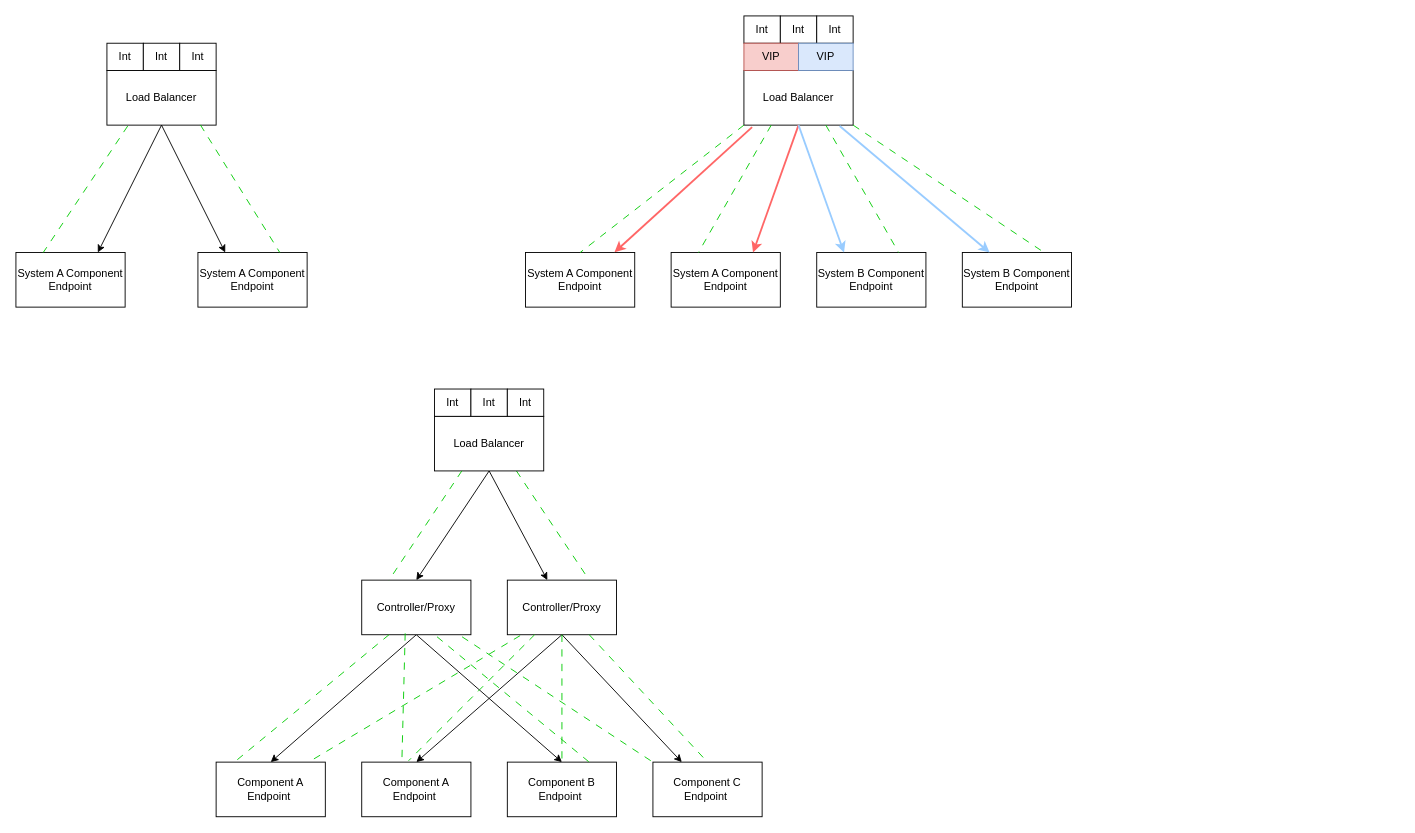
Above: page "LTM - Level 0" (14 of 15) of disaster-recovery.drawio in bpayt2/temp (draw.io), before the change. Source tidied: cells renumbered, new cells numbered last; positions are measured from the earlier drawing's top-left corner, leaving out a move shared by most shapes. Both pictures are drawn from the tidied source at 91%, with x=0, y=0 at pixel (15, 15).
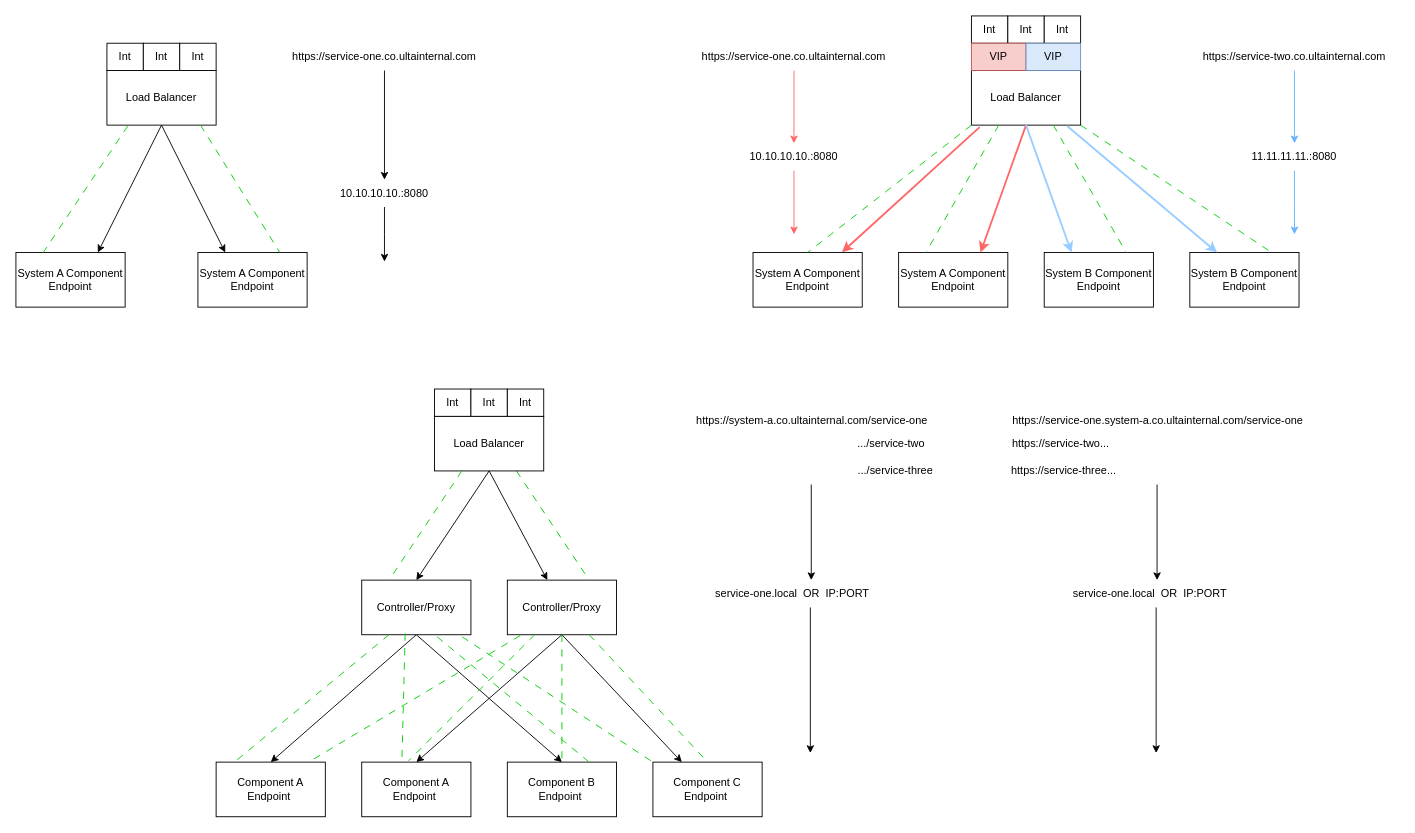
The same page after the edit.

Change to the diagram source:
```diff
@@
     <mxCell id="5" value="System A Component Endpoint" style="rounded=0;whiteSpace=wrap;html=1;" parent="1" vertex="1">
-      <mxGeometry x="560" y="260" width="120" height="60" as="geometry" />
+      <mxGeometry x="810" y="260" width="120" height="60" as="geometry" />
     </mxCell>
     <mxCell id="6" value="System A Component Endpoint" style="rounded=0;whiteSpace=wrap;html=1;" parent="1" vertex="1">
-      <mxGeometry x="720" y="260" width="120" height="60" as="geometry" />
+      <mxGeometry x="970" y="260" width="120" height="60" as="geometry" />
     </mxCell>
     <mxCell id="7" value="System B Component Endpoint" style="rounded=0;whiteSpace=wrap;html=1;" parent="1" vertex="1">
-      <mxGeometry x="880" y="260" width="120" height="60" as="geometry" />
+      <mxGeometry x="1130" y="260" width="120" height="60" as="geometry" />
     </mxCell>
     <mxCell id="8" value="System B Component Endpoint" style="rounded=0;whiteSpace=wrap;html=1;" parent="1" vertex="1">
-      <mxGeometry x="1040" y="260" width="120" height="60" as="geometry" />
+      <mxGeometry x="1290" y="260" width="120" height="60" as="geometry" />
     </mxCell>
     <mxCell id="9" value="Load Balancer" style="rounded=0;whiteSpace=wrap;html=1;" parent="1" vertex="1">
-      <mxGeometry x="800" y="60" width="120" height="60" as="geometry" />
+      <mxGeometry x="1050" y="60" width="120" height="60" as="geometry" />
     </mxCell>
@@
     <mxCell id="44" value="Int" style="rounded=0;whiteSpace=wrap;html=1;" parent="1" vertex="1">
-      <mxGeometry x="800" width="40" height="30" as="geometry" />
+      <mxGeometry x="1050" width="40" height="30" as="geometry" />
     </mxCell>
     <mxCell id="45" value="Int" style="rounded=0;whiteSpace=wrap;html=1;" parent="1" vertex="1">
-      <mxGeometry x="840" width="40" height="30" as="geometry" />
+      <mxGeometry x="1090" width="40" height="30" as="geometry" />
     </mxCell>
     <mxCell id="46" value="Int" style="rounded=0;whiteSpace=wrap;html=1;" parent="1" vertex="1">
-      <mxGeometry x="880" width="40" height="30" as="geometry" />
+      <mxGeometry x="1130" width="40" height="30" as="geometry" />
     </mxCell>
     <mxCell id="47" value="VIP" style="rounded=0;whiteSpace=wrap;html=1;fillColor=#f8cecc;strokeColor=#b85450;" parent="1" vertex="1">
-      <mxGeometry x="800" y="30" width="60" height="30" as="geometry" />
+      <mxGeometry x="1050" y="30" width="60" height="30" as="geometry" />
     </mxCell>
     <mxCell id="48" value="VIP" style="rounded=0;whiteSpace=wrap;html=1;fillColor=#dae8fc;strokeColor=#6c8ebf;" parent="1" vertex="1">
-      <mxGeometry x="860" y="30" width="60" height="30" as="geometry" />
+      <mxGeometry x="1110" y="30" width="60" height="30" as="geometry" />
     </mxCell>
@@
+    <mxCell id="56" style="edgeStyle=orthogonalEdgeStyle;rounded=0;jettySize=auto;html=1;exitX=0.5;exitY=1;exitDx=0;exitDy=0;entryX=0.5;entryY=0;entryDx=0;entryDy=0;" parent="1" edge="1" source="57" target="59">
+      <mxGeometry relative="1" as="geometry" />
+    </mxCell>
+    <mxCell id="57" value="https://service-one.co.ultainternal.com" style="text;html=1;strokeColor=none;fillColor=none;align=center;verticalAlign=middle;whiteSpace=wrap;rounded=0;" parent="1" vertex="1">
+      <mxGeometry x="290" y="30" width="230" height="30" as="geometry" />
+    </mxCell>
+    <mxCell id="58" style="edgeStyle=orthogonalEdgeStyle;rounded=0;jettySize=auto;html=1;exitX=0.5;exitY=1;exitDx=0;exitDy=0;" parent="1" edge="1" source="59">
+      <mxGeometry relative="1" as="geometry">
+        <mxPoint x="405" y="270" as="targetPoint" />
+      </mxGeometry>
+    </mxCell>
+    <mxCell id="59" value="10.10.10.10.:8080" style="text;html=1;strokeColor=none;fillColor=none;align=center;verticalAlign=middle;whiteSpace=wrap;rounded=0;" parent="1" vertex="1">
+      <mxGeometry x="375" y="180" width="60" height="30" as="geometry" />
+    </mxCell>
+    <mxCell id="60" style="edgeStyle=orthogonalEdgeStyle;rounded=0;jettySize=auto;html=1;exitX=0.5;exitY=1;exitDx=0;exitDy=0;entryX=0.5;entryY=0;entryDx=0;entryDy=0;strokeColor=#FF6666;" parent="1" edge="1" source="61" target="65">
+      <mxGeometry relative="1" as="geometry" />
+    </mxCell>
+    <mxCell id="61" value="https://service-one.co.ultainternal.com" style="text;html=1;strokeColor=none;fillColor=none;align=center;verticalAlign=middle;whiteSpace=wrap;rounded=0;" parent="1" vertex="1">
+      <mxGeometry x="740" y="30" width="230" height="30" as="geometry" />
+    </mxCell>
+    <mxCell id="62" style="edgeStyle=orthogonalEdgeStyle;rounded=0;jettySize=auto;html=1;exitX=0.5;exitY=1;exitDx=0;exitDy=0;entryX=0.5;entryY=0;entryDx=0;entryDy=0;strokeColor=#66B2FF;" parent="1" edge="1" source="63" target="67">
+      <mxGeometry relative="1" as="geometry" />
+    </mxCell>
+    <mxCell id="63" value="https://service-two.co.ultainternal.com" style="text;html=1;strokeColor=none;fillColor=none;align=center;verticalAlign=middle;whiteSpace=wrap;rounded=0;" parent="1" vertex="1">
+      <mxGeometry x="1290" y="30" width="230" height="30" as="geometry" />
+    </mxCell>
+    <mxCell id="64" style="edgeStyle=orthogonalEdgeStyle;rounded=0;jettySize=auto;html=1;exitX=0.5;exitY=1;exitDx=0;exitDy=0;strokeColor=#FF6666;" parent="1" edge="1" source="65">
+      <mxGeometry relative="1" as="geometry">
+        <mxPoint x="855" y="240" as="targetPoint" />
+      </mxGeometry>
+    </mxCell>
+    <mxCell id="65" value="10.10.10.10.:8080" style="text;html=1;strokeColor=none;fillColor=none;align=center;verticalAlign=middle;whiteSpace=wrap;rounded=0;" parent="1" vertex="1">
+      <mxGeometry x="825" y="140" width="60" height="30" as="geometry" />
+    </mxCell>
+    <mxCell id="66" style="edgeStyle=orthogonalEdgeStyle;rounded=0;jettySize=auto;html=1;exitX=0.5;exitY=1;exitDx=0;exitDy=0;strokeColor=#66B2FF;" parent="1" edge="1" source="67">
+      <mxGeometry relative="1" as="geometry">
+        <mxPoint x="1405" y="240" as="targetPoint" />
+      </mxGeometry>
+    </mxCell>
+    <mxCell id="67" value="11.11.11.11.:8080" style="text;html=1;strokeColor=none;fillColor=none;align=center;verticalAlign=middle;whiteSpace=wrap;rounded=0;" parent="1" vertex="1">
+      <mxGeometry x="1375" y="140" width="60" height="30" as="geometry" />
+    </mxCell>
+    <mxCell id="68" value="https://system-a.co.ultainternal.com/service-one" style="text;html=1;strokeColor=none;fillColor=none;align=center;verticalAlign=middle;whiteSpace=wrap;rounded=0;" parent="1" vertex="1">
+      <mxGeometry x="740" y="430" width="270" height="30" as="geometry" />
+    </mxCell>
+    <mxCell id="69" value=".../service-two" style="text;html=1;strokeColor=none;fillColor=none;align=right;verticalAlign=middle;whiteSpace=wrap;rounded=0;" parent="1" vertex="1">
+      <mxGeometry x="801" y="455" width="200" height="30" as="geometry" />
+    </mxCell>
+    <mxCell id="70" style="edgeStyle=orthogonalEdgeStyle;rounded=0;orthogonalLoop=1;jettySize=auto;html=1;exitX=0;exitY=1;exitDx=0;exitDy=0;" parent="1" edge="1">
+      <mxGeometry relative="1" as="geometry">
+        <mxPoint x="874" y="515" as="sourcePoint" />
+        <mxPoint x="874" y="620" as="targetPoint" />
+      </mxGeometry>
+    </mxCell>
+    <mxCell id="71" value=".../service-three" style="text;html=1;strokeColor=none;fillColor=none;align=right;verticalAlign=middle;whiteSpace=wrap;rounded=0;" parent="1" vertex="1">
+      <mxGeometry x="840" y="485" width="170" height="30" as="geometry" />
+    </mxCell>
+    <mxCell id="72" style="edgeStyle=orthogonalEdgeStyle;rounded=0;orthogonalLoop=1;jettySize=auto;html=1;exitX=0.75;exitY=1;exitDx=0;exitDy=0;" parent="1" edge="1">
+      <mxGeometry relative="1" as="geometry">
+        <mxPoint x="873" y="650" as="sourcePoint" />
+        <mxPoint x="873" y="810" as="targetPoint" />
+      </mxGeometry>
+    </mxCell>
+    <mxCell id="73" value="service-one.local&amp;nbsp; OR&amp;nbsp; IP:PORT" style="text;html=1;strokeColor=none;fillColor=none;align=right;verticalAlign=middle;whiteSpace=wrap;rounded=0;" parent="1" vertex="1">
+      <mxGeometry x="700" y="620" width="240" height="30" as="geometry" />
+    </mxCell>
+    <mxCell id="74" value="https://service-one.system-a.co.ultainternal.com/service-one" style="text;html=1;strokeColor=none;fillColor=none;align=center;verticalAlign=middle;whiteSpace=wrap;rounded=0;" parent="1" vertex="1">
+      <mxGeometry x="1090" y="430" width="330" height="30" as="geometry" />
+    </mxCell>
+    <mxCell id="75" style="edgeStyle=orthogonalEdgeStyle;rounded=0;orthogonalLoop=1;jettySize=auto;html=1;exitX=0;exitY=1;exitDx=0;exitDy=0;" parent="1" edge="1">
+      <mxGeometry relative="1" as="geometry">
+        <mxPoint x="1254" y="515" as="sourcePoint" />
+        <mxPoint x="1254" y="620" as="targetPoint" />
+      </mxGeometry>
+    </mxCell>
+    <mxCell id="76" style="edgeStyle=orthogonalEdgeStyle;rounded=0;orthogonalLoop=1;jettySize=auto;html=1;exitX=0.75;exitY=1;exitDx=0;exitDy=0;" parent="1" edge="1">
+      <mxGeometry relative="1" as="geometry">
+        <mxPoint x="1253" y="650" as="sourcePoint" />
+        <mxPoint x="1253" y="810" as="targetPoint" />
+      </mxGeometry>
+    </mxCell>
+    <mxCell id="77" value="https://service-two..." style="text;html=1;strokeColor=none;fillColor=none;align=left;verticalAlign=middle;whiteSpace=wrap;rounded=0;" parent="1" vertex="1">
+      <mxGeometry x="1093" y="455" width="330" height="30" as="geometry" />
+    </mxCell>
+    <mxCell id="78" value="https://service-three..." style="text;html=1;strokeColor=none;fillColor=none;align=left;verticalAlign=middle;whiteSpace=wrap;rounded=0;" parent="1" vertex="1">
+      <mxGeometry x="1092" y="485" width="330" height="30" as="geometry" />
+    </mxCell>
+    <mxCell id="79" value="service-one.local&amp;nbsp; OR&amp;nbsp; IP:PORT" style="text;html=1;strokeColor=none;fillColor=none;align=right;verticalAlign=middle;whiteSpace=wrap;rounded=0;" parent="1" vertex="1">
+      <mxGeometry x="1093" y="620" width="240" height="30" as="geometry" />
+    </mxCell>
```
